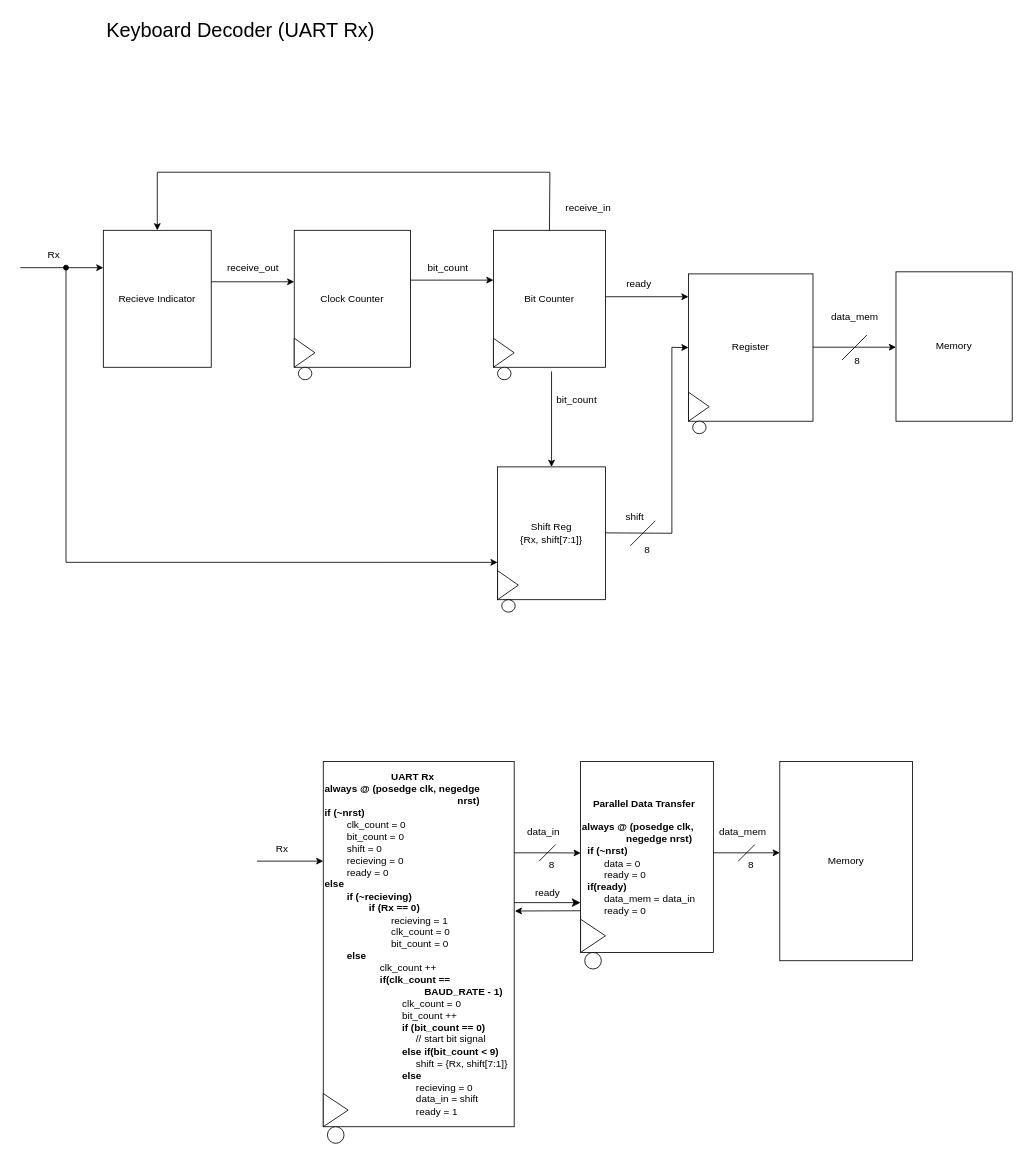
Before: RTL_Diagrams/Keyboard_Decoder.drawio in limichael246/STARS_2024, a draw.io diagram. Source tidied: cells renumbered, new cells numbered last; positions are measured from the earlier drawing's top-left corner, leaving out a move shared by most shapes. Both pictures are drawn from the tidied source at 83%, with x=0, y=0 at pixel (20, 14).
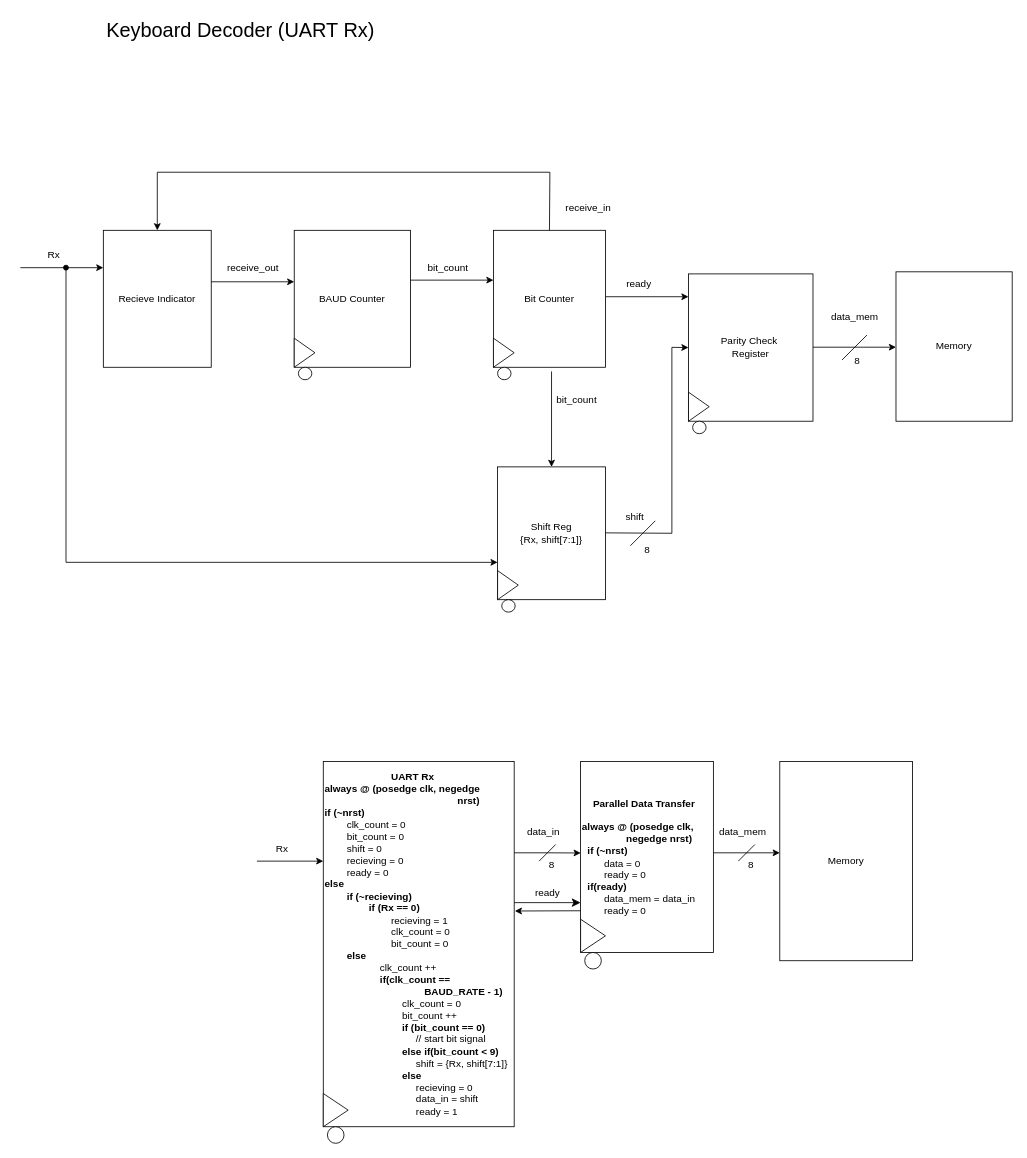
The same diagram, later.

The edit, as a diff of the source:
```diff
@@
-    <mxCell id="28" value="Clock Counter" style="whiteSpace=wrap;html=1;" parent="1" vertex="1">
+    <mxCell id="28" value="BAUD Counter" style="whiteSpace=wrap;html=1;" parent="1" vertex="1">
       <mxGeometry x="330" y="260" width="140" height="165" as="geometry" />
     </mxCell>
@@
-    <mxCell id="50" value="Register" style="whiteSpace=wrap;html=1;" parent="1" vertex="1">
+    <mxCell id="50" value="Parity Check&amp;nbsp;&lt;div&gt;Register&lt;/div&gt;" style="whiteSpace=wrap;html=1;" parent="1" vertex="1">
       <mxGeometry x="805" y="312.5" width="150" height="177.5" as="geometry" />
     </mxCell>
```
